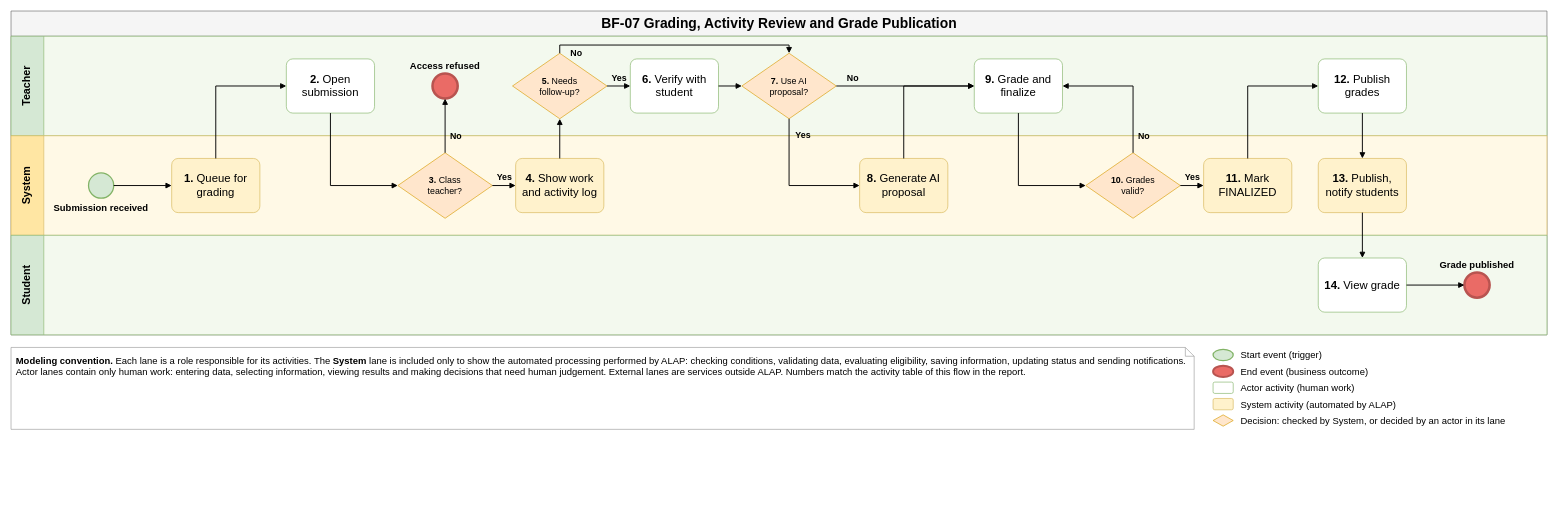
Earlier version of the draw.io diagram aidlc-docs/inception/main-business-flows/BF-07-Grading-Activity-Review-and-Grade-Publication.drawio (hygef-v4/AI-Powered-Learning-Platform). Source tidied: cells renumbered, new cells numbered last; positions are measured from the earlier drawing's top-left corner, leaving out a move shared by most shapes. Both pictures are drawn from the tidied source at 63%, with x=0, y=0 at pixel (11, 11).
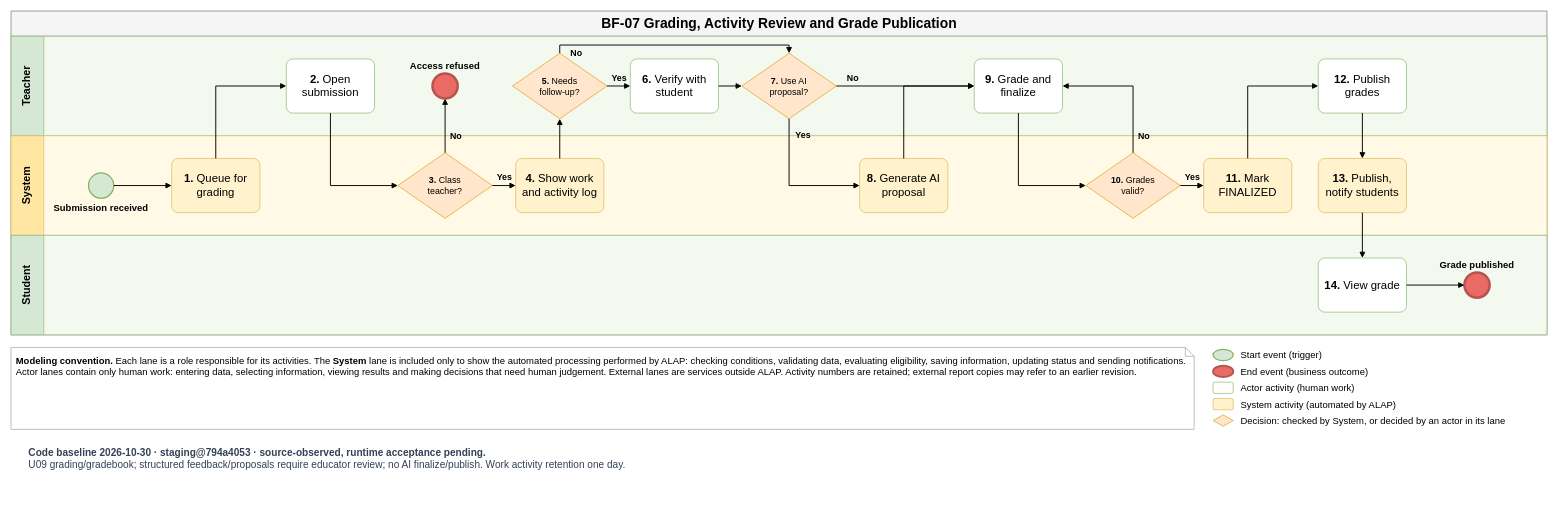
Above is the later version.

Diff of the diagram source:
```diff
@@
-    <mxCell id="42" value="&lt;b&gt;Modeling convention.&lt;/b&gt; Each lane is a role responsible for its activities. The &lt;b&gt;System&lt;/b&gt; lane is included only to show the automated processing performed by ALAP: checking conditions, validating data, evaluating eligibility, saving information, updating status and sending notifications. Actor lanes contain only human work: entering data, selecting information, viewing results and making decisions that need human judgement. External lanes are services outside ALAP. Numbers match the activity table of this flow in the report." style="shape=note;whiteSpace=wrap;html=1;size=14;fillColor=#FFFFFF;strokeColor=#999999;fontSize=15;align=left;verticalAlign=top;spacing=8;" parent="1" vertex="1">
+    <mxCell id="42" value="&lt;b&gt;Modeling convention.&lt;/b&gt; Each lane is a role responsible for its activities. The &lt;b&gt;System&lt;/b&gt; lane is included only to show the automated processing performed by ALAP: checking conditions, validating data, evaluating eligibility, saving information, updating status and sending notifications. Actor lanes contain only human work: entering data, selecting information, viewing results and making decisions that need human judgement. External lanes are services outside ALAP. Activity numbers are retained; external report copies may refer to an earlier revision." style="shape=note;whiteSpace=wrap;html=1;size=14;fillColor=#FFFFFF;strokeColor=#999999;fontSize=15;align=left;verticalAlign=top;spacing=8;" parent="1" vertex="1">
       <mxGeometry y="534" width="1878" height="130" as="geometry" />
     </mxCell>
@@
+    <mxCell id="53" value="&lt;b&gt;Code baseline 2026-10-30 · staging@794a4053 · source-observed, runtime acceptance pending.&lt;/b&gt;&lt;br&gt;U09 grading/gradebook; structured feedback/proposals require educator review; no AI finalize/publish. Work activity retention one day." style="text;html=1;whiteSpace=wrap;align=left;verticalAlign=top;fontSize=16;fontColor=#334155;spacing=8;" parent="1" vertex="1">
+      <mxGeometry x="20" y="679" width="2398" height="90" as="geometry" />
+    </mxCell>
```
